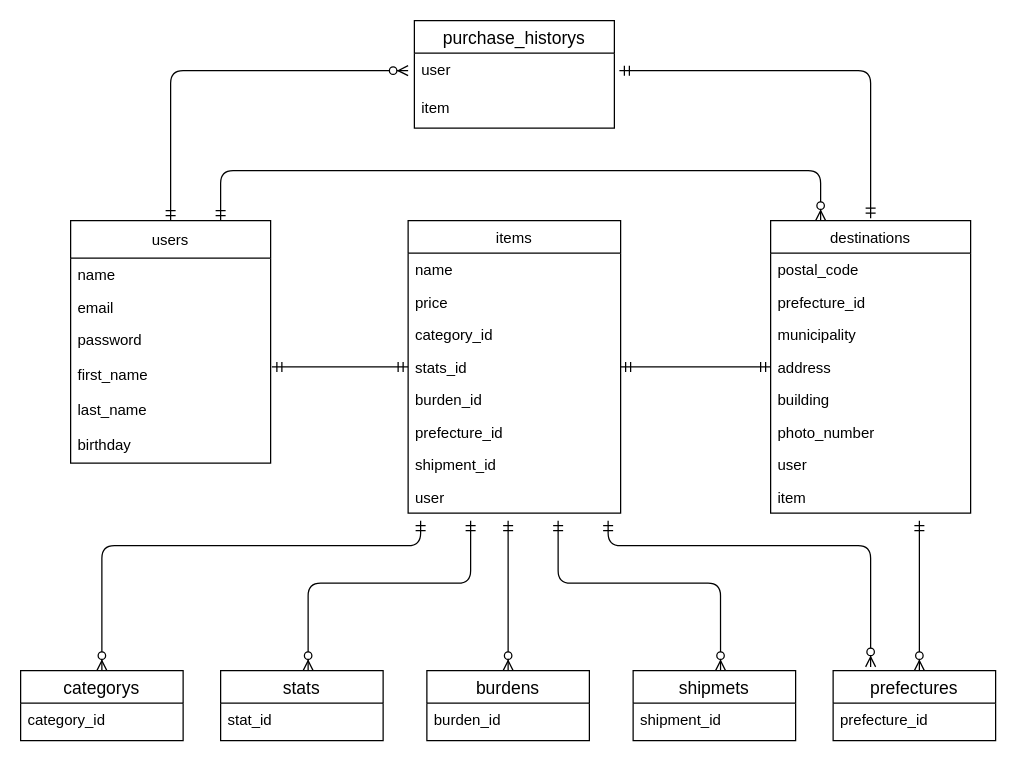
Above: bin/ER.dio in massan7251/furima-33932 (draw.io), before the change. Source tidied: cells renumbered, new cells numbered last; positions are measured from the earlier drawing's top-left corner, leaving out a move shared by most shapes. Both pictures are drawn from the tidied source at 125%, with x=0, y=0 at pixel (20, 20).
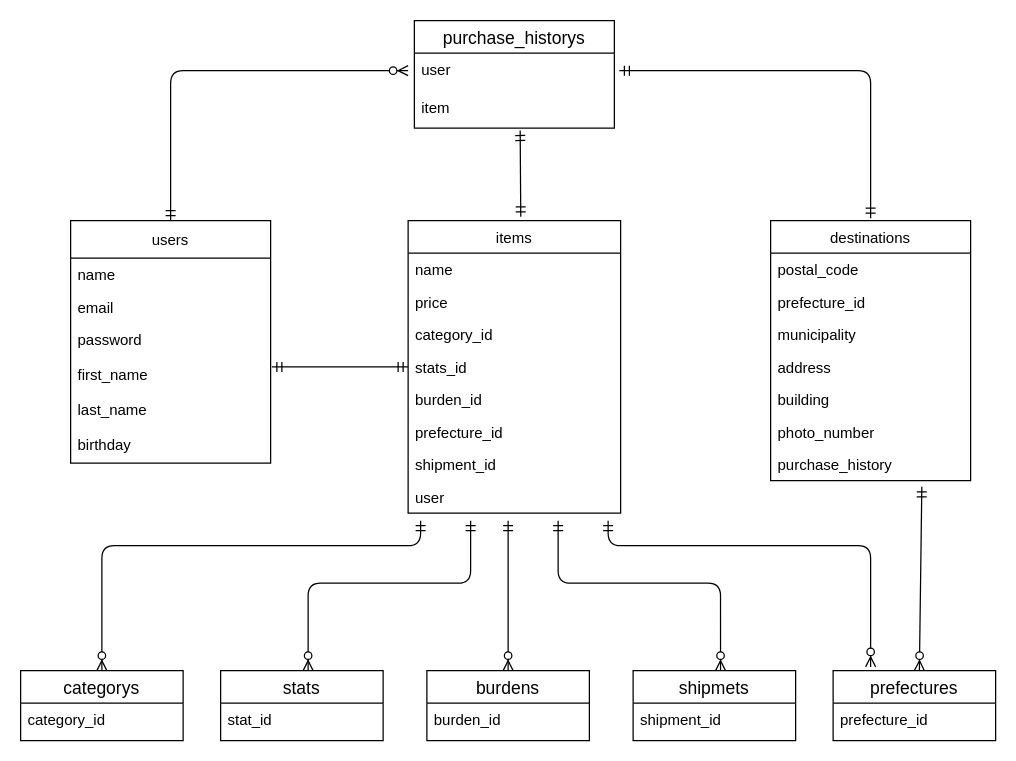
Above is the later version.

Commit message (it also covers changes not shown here):
DB設計修正３回目

The change refers to these unchanged cells:
```xml
<mxCell id="2" value="users" style="swimlane;fontStyle=0;horizontal=1;startSize=30;fillColor=none;" parent="1" vertex="1">
  <mxGeometry x="40" y="160" width="160" height="194" as="geometry" />
</mxCell>
<mxCell id="9" value="items" style="swimlane;fontStyle=0;horizontal=1;startSize=26;fillColor=none;" parent="1" vertex="1">
  <mxGeometry x="310" y="160" width="170" height="234" as="geometry" />
</mxCell>
<mxCell id="13" value="stats_id" style="text;strokeColor=none;fillColor=none;align=left;verticalAlign=top;spacingLeft=4;spacingRight=4;overflow=hidden;points=[[0,0.5],[1,0.5]];portConstraint=eastwest;" parent="9" vertex="1">
  <mxGeometry y="104" width="170" height="26" as="geometry" />
</mxCell>
<mxCell id="22" value="address" style="text;strokeColor=none;fillColor=none;align=left;verticalAlign=top;spacingLeft=4;spacingRight=4;overflow=hidden;points=[[0,0.5],[1,0.5]];portConstraint=eastwest;" parent="18" vertex="1">
  <mxGeometry y="104" width="160" height="26" as="geometry" />
</mxCell>
<mxCell id="29" value="item" style="text;strokeColor=none;fillColor=none;spacingLeft=4;spacingRight=4;overflow=hidden;points=[[0,0.5],[1,0.5]];portConstraint=eastwest;fontSize=12;" parent="27" vertex="1">
  <mxGeometry y="56" width="160" height="30" as="geometry" />
</mxCell>
```

Change to the diagram source:
```diff
@@
     <mxCell id="18" value="destinations" style="swimlane;fontStyle=0;horizontal=1;startSize=26;fillColor=none;" parent="1" vertex="1">
-      <mxGeometry x="600" y="160" width="160" height="234" as="geometry" />
+      <mxGeometry x="600" y="160" width="160" height="208" as="geometry" />
     </mxCell>
@@
-    <mxCell id="25" value="user" style="text;strokeColor=none;fillColor=none;align=left;verticalAlign=top;spacingLeft=4;spacingRight=4;overflow=hidden;points=[[0,0.5],[1,0.5]];portConstraint=eastwest;" parent="18" vertex="1">
+    <mxCell id="25" value="purchase_history" style="text;strokeColor=none;fillColor=none;align=left;verticalAlign=top;spacingLeft=4;spacingRight=4;overflow=hidden;points=[[0,0.5],[1,0.5]];portConstraint=eastwest;" parent="18" vertex="1">
       <mxGeometry y="182" width="160" height="26" as="geometry" />
     </mxCell>
-    <mxCell id="26" value="item" style="text;strokeColor=none;fillColor=none;align=left;verticalAlign=top;spacingLeft=4;spacingRight=4;overflow=hidden;" parent="18" vertex="1">
-      <mxGeometry y="208" width="160" height="26" as="geometry" />
-    </mxCell>
@@
-    <mxCell id="42" style="fontSize=12;html=1;endArrow=ERmandOne;startArrow=ERmandOne;entryX=0;entryY=0.5;entryDx=0;entryDy=0;exitX=1;exitY=0.5;exitDx=0;exitDy=0;" parent="1" edge="1" source="13" target="22">
-      <mxGeometry relative="1" as="geometry" />
-    </mxCell>
@@
-    <mxCell id="49" style="fontSize=12;html=1;endArrow=ERzeroToMany;startArrow=ERmandOne;" parent="1" edge="1">
+    <mxCell id="49" style="fontSize=12;html=1;endArrow=ERzeroToMany;startArrow=ERmandOne;exitX=0.756;exitY=1.192;exitDx=0;exitDy=0;exitPerimeter=0;" parent="1" edge="1" source="25">
       <mxGeometry relative="1" as="geometry">
-        <mxPoint x="719" y="400" as="sourcePoint" />
         <mxPoint x="719" y="520" as="targetPoint" />
       </mxGeometry>
     </mxCell>
-    <mxCell id="50" style="edgeStyle=orthogonalEdgeStyle;fontSize=12;html=1;endArrow=ERzeroToMany;startArrow=ERmandOne;exitX=0.75;exitY=0;exitDx=0;exitDy=0;entryX=0.25;entryY=0;entryDx=0;entryDy=0;" parent="1" edge="1" source="2" target="18">
-      <mxGeometry relative="1" as="geometry">
-        <Array as="points">
-          <mxPoint x="160" y="120" />
-          <mxPoint x="640" y="120" />
-        </Array>
-      </mxGeometry>
-    </mxCell>
+    <mxCell id="51" style="fontSize=12;html=1;endArrow=ERmandOne;startArrow=ERmandOne;entryX=0.529;entryY=1.063;entryDx=0;entryDy=0;entryPerimeter=0;exitX=0.53;exitY=-0.013;exitDx=0;exitDy=0;exitPerimeter=0;" parent="1" edge="1" source="9" target="29">
+      <mxGeometry relative="1" as="geometry" />
+    </mxCell>
```
